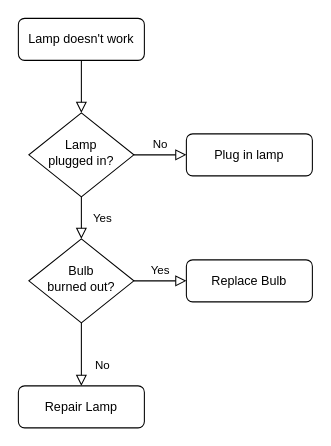
This is rag.drawio from loliTerrorist/shoppingHelper, a draw.io file, before an edit. Source tidied: cells renumbered, new cells numbered last; positions are measured from the earlier drawing's top-left corner, leaving out a move shared by most shapes. Both pictures are drawn from the tidied source at 105%, with x=0, y=0 at pixel (18, 18).
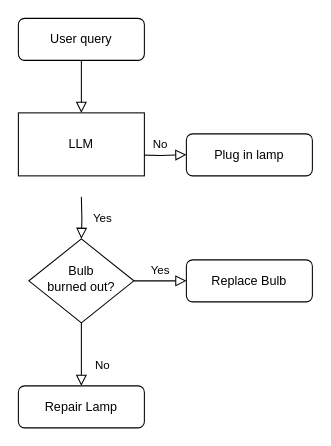
The same diagram, later.

Diff of the diagram source:
```diff
@@
 <mxGraphModel>
   <root>
     <mxCell id="0" />
     <mxCell id="1" parent="0" />
-    <mxCell id="2" style="rounded=0;html=1;jettySize=auto;fontSize=11;endArrow=block;endFill=0;endSize=8;strokeWidth=1;shadow=0;labelBackgroundColor=none;edgeStyle=orthogonalEdgeStyle;" parent="1" edge="1" source="3" target="6">
-      <mxGeometry relative="1" as="geometry" />
+    <mxCell id="2" style="rounded=0;html=1;jettySize=auto;fontSize=11;endArrow=block;endFill=0;endSize=8;strokeWidth=1;shadow=0;labelBackgroundColor=none;edgeStyle=orthogonalEdgeStyle;" parent="1" edge="1" source="3">
+      <mxGeometry relative="1" as="geometry">
+        <mxPoint x="60" y="90" as="targetPoint" />
+      </mxGeometry>
     </mxCell>
-    <mxCell id="3" value="Lamp doesn't work" style="rounded=1;whiteSpace=wrap;html=1;fontSize=12;glass=0;strokeWidth=1;shadow=0;" parent="1" vertex="1">
+    <mxCell id="3" value="User query" style="rounded=1;whiteSpace=wrap;html=1;fontSize=12;glass=0;strokeWidth=1;shadow=0;" parent="1" vertex="1">
       <mxGeometry width="120" height="40" as="geometry" />
     </mxCell>
-    <mxCell id="4" value="Yes" style="rounded=0;html=1;jettySize=auto;fontSize=11;endArrow=block;endFill=0;endSize=8;strokeWidth=1;shadow=0;labelBackgroundColor=none;edgeStyle=orthogonalEdgeStyle;" parent="1" edge="1" source="6" target="10">
-      <mxGeometry y="20" relative="1" as="geometry" />
+    <mxCell id="4" value="Yes" style="rounded=0;html=1;jettySize=auto;fontSize=11;endArrow=block;endFill=0;endSize=8;strokeWidth=1;shadow=0;labelBackgroundColor=none;edgeStyle=orthogonalEdgeStyle;" parent="1" edge="1" target="10">
+      <mxGeometry y="20" relative="1" as="geometry">
+        <mxPoint x="60" y="170" as="sourcePoint" />
+      </mxGeometry>
     </mxCell>
-    <mxCell id="5" value="No" style="edgeStyle=orthogonalEdgeStyle;rounded=0;html=1;jettySize=auto;fontSize=11;endArrow=block;endFill=0;endSize=8;strokeWidth=1;shadow=0;labelBackgroundColor=none;" parent="1" edge="1" source="6" target="7">
-      <mxGeometry y="10" relative="1" as="geometry" />
+    <mxCell id="5" value="No" style="edgeStyle=orthogonalEdgeStyle;rounded=0;html=1;jettySize=auto;fontSize=11;endArrow=block;endFill=0;endSize=8;strokeWidth=1;shadow=0;labelBackgroundColor=none;" parent="1" edge="1" target="7">
+      <mxGeometry y="10" relative="1" as="geometry">
+        <mxPoint x="110" y="130" as="sourcePoint" />
+      </mxGeometry>
     </mxCell>
-    <mxCell id="6" value="Lamp&lt;br&gt;plugged in?" style="rhombus;whiteSpace=wrap;html=1;shadow=0;fontFamily=Helvetica;fontSize=12;align=center;strokeWidth=1;spacing=6;spacingTop=-4;" parent="1" vertex="1">
-      <mxGeometry x="10" y="90" width="100" height="80" as="geometry" />
-    </mxCell>
     <mxCell id="7" value="Plug in lamp" style="rounded=1;whiteSpace=wrap;html=1;fontSize=12;glass=0;strokeWidth=1;shadow=0;" parent="1" vertex="1">
       <mxGeometry x="160" y="110" width="120" height="40" as="geometry" />
     </mxCell>
     <mxCell id="8" value="No" style="rounded=0;html=1;jettySize=auto;fontSize=11;endArrow=block;endFill=0;endSize=8;strokeWidth=1;shadow=0;labelBackgroundColor=none;edgeStyle=orthogonalEdgeStyle;" parent="1" edge="1" source="10" target="11">
       <mxGeometry x="0.33" y="20" relative="1" as="geometry" />
     </mxCell>
     <mxCell id="9" value="Yes" style="edgeStyle=orthogonalEdgeStyle;rounded=0;html=1;jettySize=auto;fontSize=11;endArrow=block;endFill=0;endSize=8;strokeWidth=1;shadow=0;labelBackgroundColor=none;" parent="1" edge="1" source="10" target="12">
       <mxGeometry y="10" relative="1" as="geometry" />
     </mxCell>
     <mxCell id="10" value="Bulb&lt;br&gt;burned out?" style="rhombus;whiteSpace=wrap;html=1;shadow=0;fontFamily=Helvetica;fontSize=12;align=center;strokeWidth=1;spacing=6;spacingTop=-4;" parent="1" vertex="1">
       <mxGeometry x="10" y="210" width="100" height="80" as="geometry" />
     </mxCell>
     <mxCell id="11" value="Repair Lamp" style="rounded=1;whiteSpace=wrap;html=1;fontSize=12;glass=0;strokeWidth=1;shadow=0;" parent="1" vertex="1">
       <mxGeometry y="350" width="120" height="40" as="geometry" />
     </mxCell>
     <mxCell id="12" value="Replace Bulb" style="rounded=1;whiteSpace=wrap;html=1;fontSize=12;glass=0;strokeWidth=1;shadow=0;" parent="1" vertex="1">
       <mxGeometry x="160" y="230" width="120" height="40" as="geometry" />
     </mxCell>
+    <mxCell id="13" value="LLM" style="rounded=0;whiteSpace=wrap;html=1;" parent="1" vertex="1">
+      <mxGeometry y="90" width="120" height="60" as="geometry" />
+    </mxCell>
   </root>
 </mxGraphModel>
```
